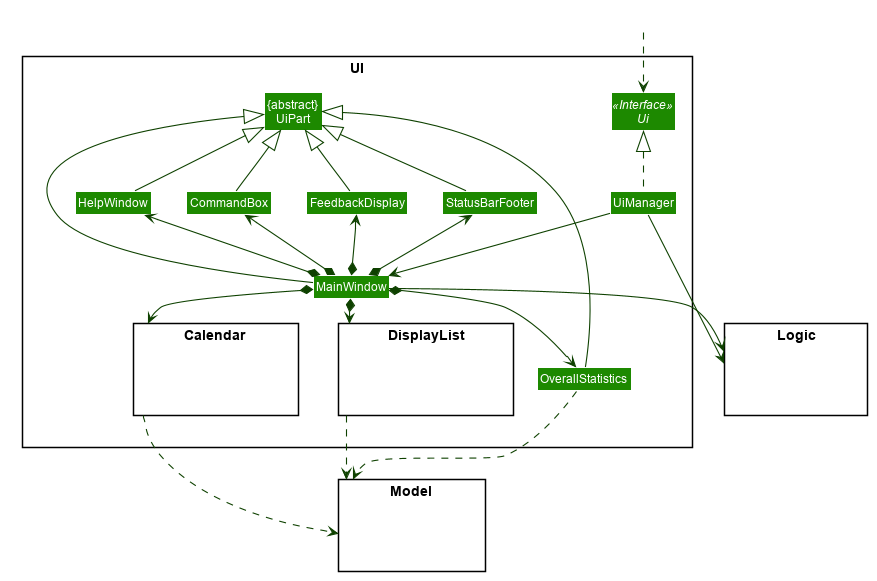
The PlantUML diagram images/dev-guide/UiClassDiagram.png in AY1920S2-CS2103-W15-4/main, before a commit.
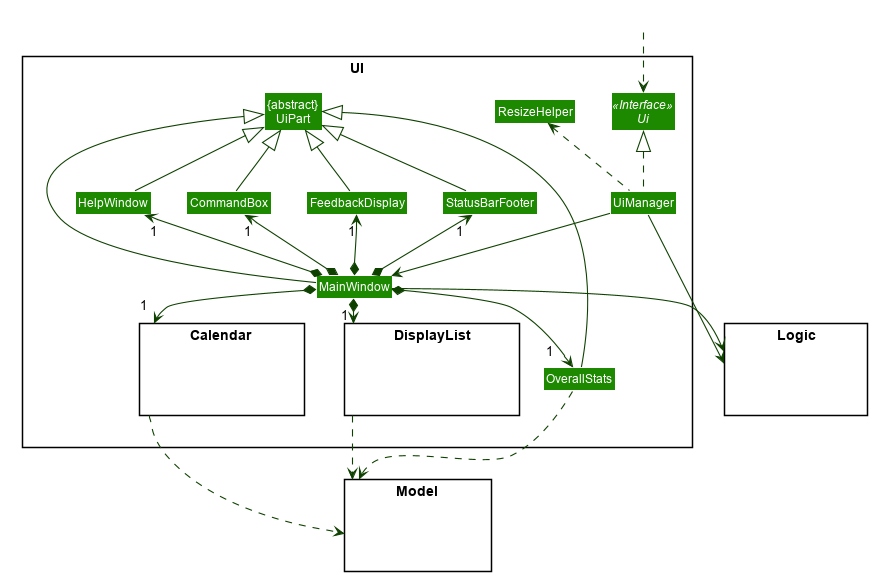
After the commit.

Change to the diagram source:
```diff
@@ -1,4 +1,4 @@
-@startuml
+@startuml UiClassDiagram
 
 
 
@@ -56,14 +56,14 @@
 Class "{abstract}\nUiPart" as UiPart
 Class UiManager
 Class MainWindow
+Class ResizeHelper
 
 Class StatusBarFooter
 Class FeedbackDisplay
 Class CommandBox
 Class HelpWindow
 
-Class OverallStatistics
-
+Class OverallStats
 
 package Calendar <<Rectangle>> {
 Class HiddenCalendar #FFFFFF
@@ -87,15 +87,16 @@
 HiddenOutside ..> Ui
 
 UiManager .up.|> Ui
+UiManager .up.> ResizeHelper
 UiManager -down-> MainWindow
 
 UiManager --> Logic
 MainWindow -down-> Logic
 
-MainWindow *-up-> StatusBarFooter
-MainWindow *-up-> FeedbackDisplay
-MainWindow *-up-> CommandBox
-MainWindow *-up-> HelpWindow
+MainWindow *-up-> "1" StatusBarFooter
+MainWindow *-up-> "1" FeedbackDisplay
+MainWindow *-up-> "1" CommandBox
+MainWindow *-up-> "1" HelpWindow
 
 MainWindow -up-|> UiPart
 StatusBarFooter -up-|> UiPart
@@ -104,16 +105,13 @@
 HelpWindow -up-|> UiPart
 
 
-MainWindow *--> OverallStatistics
-OverallStatistics .down.> Model
-OverallStatistics -up-|> UiPart
+MainWindow *--> "1   " OverallStats
+OverallStats .down.> Model
+OverallStats -up-|> UiPart
 
-MainWindow *--> DisplayList
+MainWindow "1 " *--> DisplayList
 DisplayList ..> Model
 
-
-
-
-MainWindow *--> Calendar
+MainWindow *--> "1\n\n\n\n" Calendar
 Calendar ..> Model
 @enduml
```
